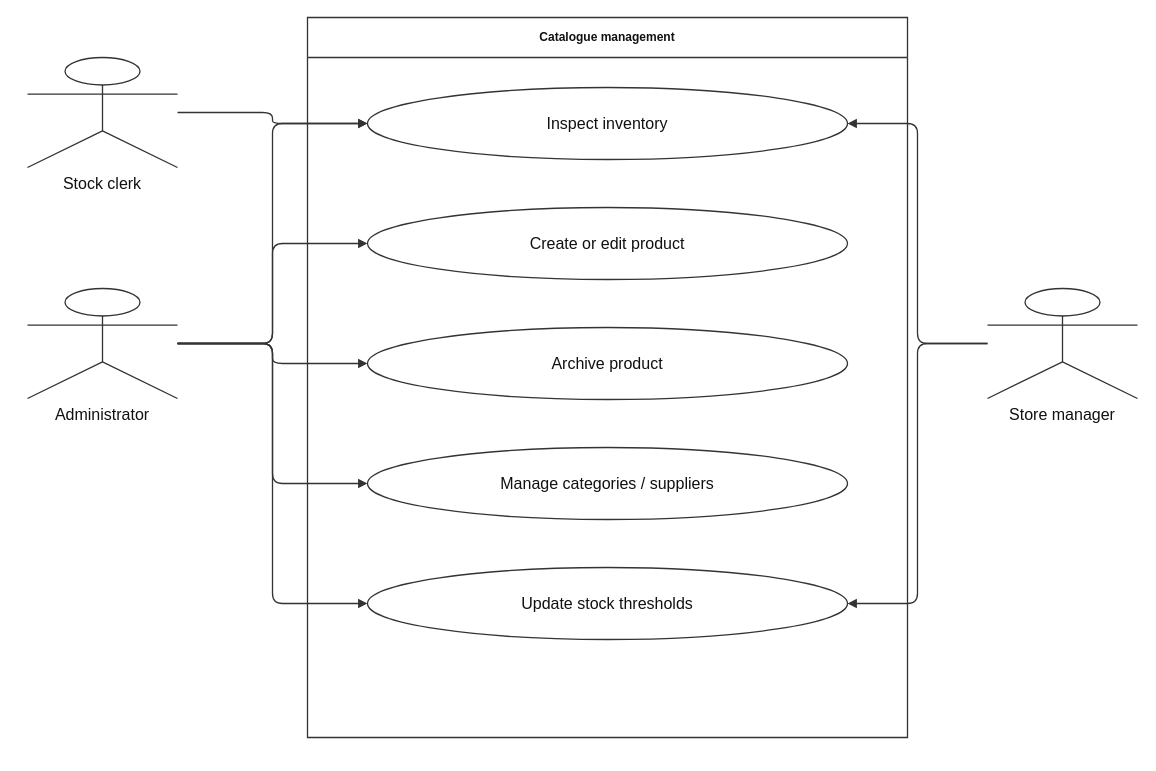
ZeroRegister/SupermarketsSystem keeps this draw.io diagram as thesis/figure-assets/diagrams/02-uc-catalogue.drawio. Above is the earlier version. Source tidied: cells renumbered, new cells numbered last; positions are measured from the earlier drawing's top-left corner, leaving out a move shared by most shapes. Both pictures are drawn from the tidied source at 100%, with x=0, y=0 at pixel (27, 17).
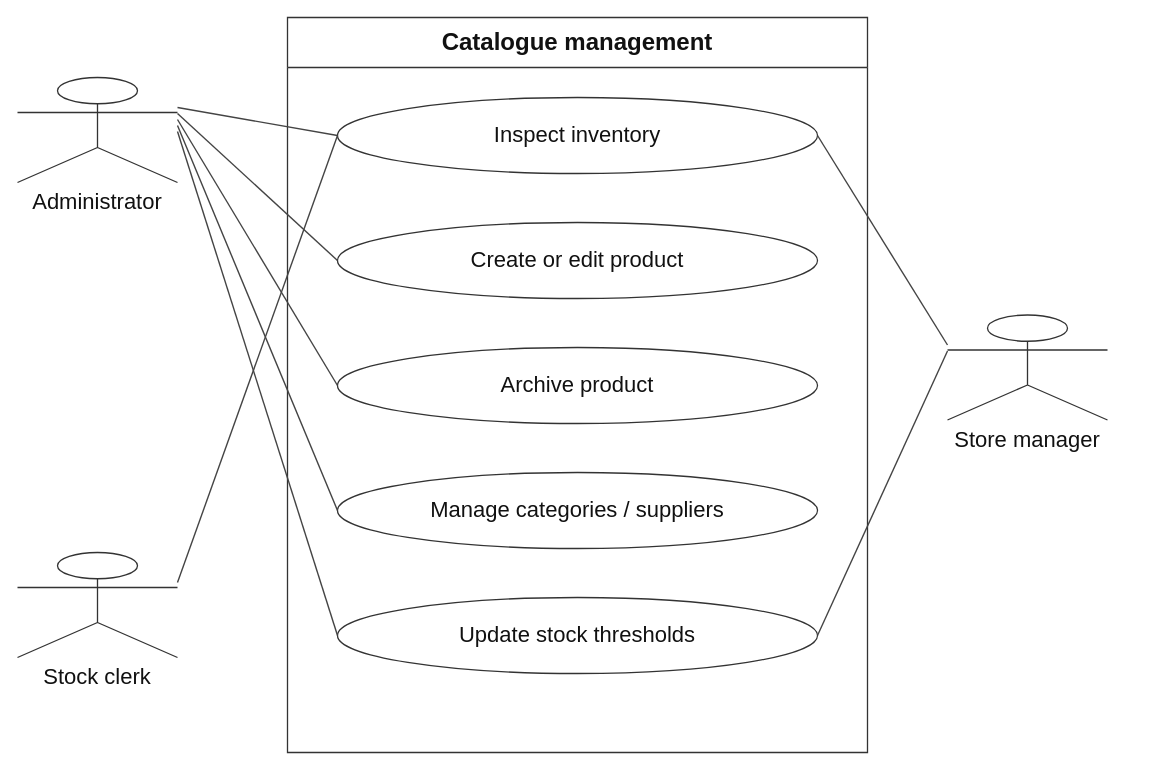
Above is the later version.

The edit, as a diff of the source:
```diff
@@
-    <mxCell id="2" value="Catalogue management" style="whiteSpace=wrap;html=1;fontFamily=Arial;fontSize=16;fontColor=#111111;strokeColor=#333333;strokeWidth=1.3;rounded=0;fillColor=#ffffff;swimlane;startSize=40;fontStyle=1;" parent="1" vertex="1">
-      <mxGeometry x="280" width="600" height="720" as="geometry" />
+    <mxCell id="2" value="Catalogue management" style="whiteSpace=wrap;html=1;fontFamily=Arial;fontSize=22;fontColor=#111111;strokeColor=#333333;strokeWidth=1.3;rounded=0;fillColor=#ffffff;swimlane;startSize=50;fontStyle=1;fontSize=24;fontSize=24;" parent="1" vertex="1">
+      <mxGeometry x="260" width="580" height="735" as="geometry" />
     </mxCell>
-    <mxCell id="3" value="Inspect inventory" style="whiteSpace=wrap;html=1;fontFamily=Arial;fontSize=16;fontColor=#111111;strokeColor=#333333;strokeWidth=1.3;rounded=0;fillColor=#ffffff;ellipse;" parent="2" vertex="1">
-      <mxGeometry x="60" y="70" width="480" height="72" as="geometry" />
+    <mxCell id="3" value="Inspect inventory" style="whiteSpace=wrap;html=1;fontFamily=Arial;fontSize=22;fontColor=#111111;strokeColor=#333333;strokeWidth=1.3;rounded=0;fillColor=#ffffff;ellipse;fontSize=22;" parent="1" vertex="1">
+      <mxGeometry x="310" y="80" width="480" height="76" as="geometry" />
     </mxCell>
-    <mxCell id="4" value="Create or edit product" style="whiteSpace=wrap;html=1;fontFamily=Arial;fontSize=16;fontColor=#111111;strokeColor=#333333;strokeWidth=1.3;rounded=0;fillColor=#ffffff;ellipse;" parent="2" vertex="1">
-      <mxGeometry x="60" y="190" width="480" height="72" as="geometry" />
+    <mxCell id="4" value="Create or edit product" style="whiteSpace=wrap;html=1;fontFamily=Arial;fontSize=22;fontColor=#111111;strokeColor=#333333;strokeWidth=1.3;rounded=0;fillColor=#ffffff;ellipse;fontSize=22;" parent="1" vertex="1">
+      <mxGeometry x="310" y="205" width="480" height="76" as="geometry" />
     </mxCell>
-    <mxCell id="5" value="Archive product" style="whiteSpace=wrap;html=1;fontFamily=Arial;fontSize=16;fontColor=#111111;strokeColor=#333333;strokeWidth=1.3;rounded=0;fillColor=#ffffff;ellipse;" parent="2" vertex="1">
-      <mxGeometry x="60" y="310" width="480" height="72" as="geometry" />
+    <mxCell id="5" value="Archive product" style="whiteSpace=wrap;html=1;fontFamily=Arial;fontSize=22;fontColor=#111111;strokeColor=#333333;strokeWidth=1.3;rounded=0;fillColor=#ffffff;ellipse;fontSize=22;" parent="1" vertex="1">
+      <mxGeometry x="310" y="330" width="480" height="76" as="geometry" />
     </mxCell>
-    <mxCell id="6" value="Manage categories / suppliers" style="whiteSpace=wrap;html=1;fontFamily=Arial;fontSize=16;fontColor=#111111;strokeColor=#333333;strokeWidth=1.3;rounded=0;fillColor=#ffffff;ellipse;" parent="2" vertex="1">
-      <mxGeometry x="60" y="430" width="480" height="72" as="geometry" />
+    <mxCell id="6" value="Manage categories / suppliers" style="whiteSpace=wrap;html=1;fontFamily=Arial;fontSize=22;fontColor=#111111;strokeColor=#333333;strokeWidth=1.3;rounded=0;fillColor=#ffffff;ellipse;fontSize=22;" parent="1" vertex="1">
+      <mxGeometry x="310" y="455" width="480" height="76" as="geometry" />
     </mxCell>
-    <mxCell id="7" value="Update stock thresholds" style="whiteSpace=wrap;html=1;fontFamily=Arial;fontSize=16;fontColor=#111111;strokeColor=#333333;strokeWidth=1.3;rounded=0;fillColor=#ffffff;ellipse;" parent="2" vertex="1">
-      <mxGeometry x="60" y="550" width="480" height="72" as="geometry" />
+    <mxCell id="7" value="Update stock thresholds" style="whiteSpace=wrap;html=1;fontFamily=Arial;fontSize=22;fontColor=#111111;strokeColor=#333333;strokeWidth=1.3;rounded=0;fillColor=#ffffff;ellipse;fontSize=22;" parent="1" vertex="1">
+      <mxGeometry x="310" y="580" width="480" height="76" as="geometry" />
     </mxCell>
-    <mxCell id="8" value="Administrator" style="whiteSpace=wrap;html=1;fontFamily=Arial;fontSize=16;fontColor=#111111;strokeColor=#333333;strokeWidth=1.3;rounded=0;fillColor=#ffffff;shape=umlActor;verticalLabelPosition=bottom;verticalAlign=top;" parent="1" vertex="1">
-      <mxGeometry y="271" width="150" height="110" as="geometry" />
+    <mxCell id="8" value="Administrator" style="whiteSpace=wrap;html=1;fontFamily=Arial;fontSize=22;fontColor=#111111;strokeColor=#333333;strokeWidth=1.3;rounded=0;fillColor=#ffffff;shape=umlActor;verticalLabelPosition=bottom;verticalAlign=top;fontSize=22;fontSize=22;" parent="1" vertex="1">
+      <mxGeometry x="-10" y="60" width="160" height="105" as="geometry" />
     </mxCell>
-    <mxCell id="9" style="whiteSpace=wrap;html=1;fontFamily=Arial;fontSize=16;fontColor=#111111;strokeColor=#333333;strokeWidth=1.3;edgeStyle=orthogonalEdgeStyle;rounded=1;jettySize=auto;fontSize=13;whiteSpace=nowrap;labelBackgroundColor=#ffffff;endArrow=block;endFill=1;edgeStyle=orthogonalEdgeStyle;rounded=1;jettySize=auto;exitX=1;exitY=0.5;entryX=0;entryY=0.5;" parent="1" edge="1" source="8" target="3">
-      <mxGeometry relative="1" as="geometry" />
+    <mxCell id="9" style="html=1;rounded=0;strokeColor=#444444;strokeWidth=1.4;endArrow=none;endFill=1;" parent="1" edge="1">
+      <mxGeometry relative="1" as="geometry">
+        <mxPoint x="150" y="90" as="sourcePoint" />
+        <mxPoint x="310" y="118" as="targetPoint" />
+      </mxGeometry>
     </mxCell>
-    <mxCell id="10" style="whiteSpace=wrap;html=1;fontFamily=Arial;fontSize=16;fontColor=#111111;strokeColor=#333333;strokeWidth=1.3;edgeStyle=orthogonalEdgeStyle;rounded=1;jettySize=auto;fontSize=13;whiteSpace=nowrap;labelBackgroundColor=#ffffff;endArrow=block;endFill=1;edgeStyle=orthogonalEdgeStyle;rounded=1;jettySize=auto;exitX=1;exitY=0.5;entryX=0;entryY=0.5;" parent="1" edge="1" source="8" target="4">
-      <mxGeometry relative="1" as="geometry" />
+    <mxCell id="10" style="html=1;rounded=0;strokeColor=#444444;strokeWidth=1.4;endArrow=none;endFill=1;" parent="1" edge="1">
+      <mxGeometry relative="1" as="geometry">
+        <mxPoint x="150" y="96" as="sourcePoint" />
+        <mxPoint x="310" y="243" as="targetPoint" />
+      </mxGeometry>
     </mxCell>
-    <mxCell id="11" style="whiteSpace=wrap;html=1;fontFamily=Arial;fontSize=16;fontColor=#111111;strokeColor=#333333;strokeWidth=1.3;edgeStyle=orthogonalEdgeStyle;rounded=1;jettySize=auto;fontSize=13;whiteSpace=nowrap;labelBackgroundColor=#ffffff;endArrow=block;endFill=1;edgeStyle=orthogonalEdgeStyle;rounded=1;jettySize=auto;exitX=1;exitY=0.5;entryX=0;entryY=0.5;" parent="1" edge="1" source="8" target="5">
-      <mxGeometry relative="1" as="geometry" />
+    <mxCell id="11" style="html=1;rounded=0;strokeColor=#444444;strokeWidth=1.4;endArrow=none;endFill=1;" parent="1" edge="1">
+      <mxGeometry relative="1" as="geometry">
+        <mxPoint x="150" y="102" as="sourcePoint" />
+        <mxPoint x="310" y="368" as="targetPoint" />
+      </mxGeometry>
     </mxCell>
-    <mxCell id="12" style="whiteSpace=wrap;html=1;fontFamily=Arial;fontSize=16;fontColor=#111111;strokeColor=#333333;strokeWidth=1.3;edgeStyle=orthogonalEdgeStyle;rounded=1;jettySize=auto;fontSize=13;whiteSpace=nowrap;labelBackgroundColor=#ffffff;endArrow=block;endFill=1;edgeStyle=orthogonalEdgeStyle;rounded=1;jettySize=auto;exitX=1;exitY=0.5;entryX=0;entryY=0.5;" parent="1" edge="1" source="8" target="6">
-      <mxGeometry relative="1" as="geometry" />
+    <mxCell id="12" style="html=1;rounded=0;strokeColor=#444444;strokeWidth=1.4;endArrow=none;endFill=1;" parent="1" edge="1">
+      <mxGeometry relative="1" as="geometry">
+        <mxPoint x="150" y="108" as="sourcePoint" />
+        <mxPoint x="310" y="493" as="targetPoint" />
+      </mxGeometry>
     </mxCell>
-    <mxCell id="13" style="whiteSpace=wrap;html=1;fontFamily=Arial;fontSize=16;fontColor=#111111;strokeColor=#333333;strokeWidth=1.3;edgeStyle=orthogonalEdgeStyle;rounded=1;jettySize=auto;fontSize=13;whiteSpace=nowrap;labelBackgroundColor=#ffffff;endArrow=block;endFill=1;edgeStyle=orthogonalEdgeStyle;rounded=1;jettySize=auto;exitX=1;exitY=0.5;entryX=0;entryY=0.5;" parent="1" edge="1" source="8" target="7">
-      <mxGeometry relative="1" as="geometry" />
+    <mxCell id="13" style="html=1;rounded=0;strokeColor=#444444;strokeWidth=1.4;endArrow=none;endFill=1;" parent="1" edge="1">
+      <mxGeometry relative="1" as="geometry">
+        <mxPoint x="150" y="114" as="sourcePoint" />
+        <mxPoint x="310" y="618" as="targetPoint" />
+      </mxGeometry>
     </mxCell>
-    <mxCell id="14" value="Store manager" style="whiteSpace=wrap;html=1;fontFamily=Arial;fontSize=16;fontColor=#111111;strokeColor=#333333;strokeWidth=1.3;rounded=0;fillColor=#ffffff;shape=umlActor;verticalLabelPosition=bottom;verticalAlign=top;" parent="1" vertex="1">
-      <mxGeometry x="960" y="271" width="150" height="110" as="geometry" />
+    <mxCell id="14" value="Store manager" style="whiteSpace=wrap;html=1;fontFamily=Arial;fontSize=22;fontColor=#111111;strokeColor=#333333;strokeWidth=1.3;rounded=0;fillColor=#ffffff;shape=umlActor;verticalLabelPosition=bottom;verticalAlign=top;fontSize=22;fontSize=22;" parent="1" vertex="1">
+      <mxGeometry x="920" y="297.5" width="160" height="105" as="geometry" />
     </mxCell>
-    <mxCell id="15" style="whiteSpace=wrap;html=1;fontFamily=Arial;fontSize=16;fontColor=#111111;strokeColor=#333333;strokeWidth=1.3;edgeStyle=orthogonalEdgeStyle;rounded=1;jettySize=auto;fontSize=13;whiteSpace=nowrap;labelBackgroundColor=#ffffff;endArrow=block;endFill=1;edgeStyle=orthogonalEdgeStyle;rounded=1;jettySize=auto;exitX=0;exitY=0.5;entryX=1;entryY=0.5;" parent="1" edge="1" source="14" target="3">
-      <mxGeometry relative="1" as="geometry" />
+    <mxCell id="15" style="html=1;rounded=0;strokeColor=#444444;strokeWidth=1.4;endArrow=none;endFill=1;" parent="1" edge="1">
+      <mxGeometry relative="1" as="geometry">
+        <mxPoint x="920" y="327.5" as="sourcePoint" />
+        <mxPoint x="790" y="118" as="targetPoint" />
+      </mxGeometry>
     </mxCell>
-    <mxCell id="16" style="whiteSpace=wrap;html=1;fontFamily=Arial;fontSize=16;fontColor=#111111;strokeColor=#333333;strokeWidth=1.3;edgeStyle=orthogonalEdgeStyle;rounded=1;jettySize=auto;fontSize=13;whiteSpace=nowrap;labelBackgroundColor=#ffffff;endArrow=block;endFill=1;edgeStyle=orthogonalEdgeStyle;rounded=1;jettySize=auto;exitX=0;exitY=0.5;entryX=1;entryY=0.5;" parent="1" edge="1" source="14" target="7">
-      <mxGeometry relative="1" as="geometry" />
+    <mxCell id="16" style="html=1;rounded=0;strokeColor=#444444;strokeWidth=1.4;endArrow=none;endFill=1;" parent="1" edge="1">
+      <mxGeometry relative="1" as="geometry">
+        <mxPoint x="920" y="333.5" as="sourcePoint" />
+        <mxPoint x="790" y="618" as="targetPoint" />
+      </mxGeometry>
     </mxCell>
-    <mxCell id="17" value="Stock clerk" style="whiteSpace=wrap;html=1;fontFamily=Arial;fontSize=16;fontColor=#111111;strokeColor=#333333;strokeWidth=1.3;rounded=0;fillColor=#ffffff;shape=umlActor;verticalLabelPosition=bottom;verticalAlign=top;" parent="1" vertex="1">
-      <mxGeometry y="40" width="150" height="110" as="geometry" />
+    <mxCell id="17" value="Stock clerk" style="whiteSpace=wrap;html=1;fontFamily=Arial;fontSize=22;fontColor=#111111;strokeColor=#333333;strokeWidth=1.3;rounded=0;fillColor=#ffffff;shape=umlActor;verticalLabelPosition=bottom;verticalAlign=top;fontSize=22;fontSize=22;" parent="1" vertex="1">
+      <mxGeometry x="-10" y="535" width="160" height="105" as="geometry" />
     </mxCell>
-    <mxCell id="18" style="whiteSpace=wrap;html=1;fontFamily=Arial;fontSize=16;fontColor=#111111;strokeColor=#333333;strokeWidth=1.3;edgeStyle=orthogonalEdgeStyle;rounded=1;jettySize=auto;fontSize=13;whiteSpace=nowrap;labelBackgroundColor=#ffffff;endArrow=block;endFill=1;edgeStyle=orthogonalEdgeStyle;rounded=1;jettySize=auto;exitX=1;exitY=0.5;entryX=0;entryY=0.5;" parent="1" edge="1" source="17" target="3">
-      <mxGeometry relative="1" as="geometry" />
+    <mxCell id="18" style="html=1;rounded=0;strokeColor=#444444;strokeWidth=1.4;endArrow=none;endFill=1;" parent="1" edge="1">
+      <mxGeometry relative="1" as="geometry">
+        <mxPoint x="150" y="565" as="sourcePoint" />
+        <mxPoint x="310" y="118" as="targetPoint" />
+      </mxGeometry>
     </mxCell>
```
